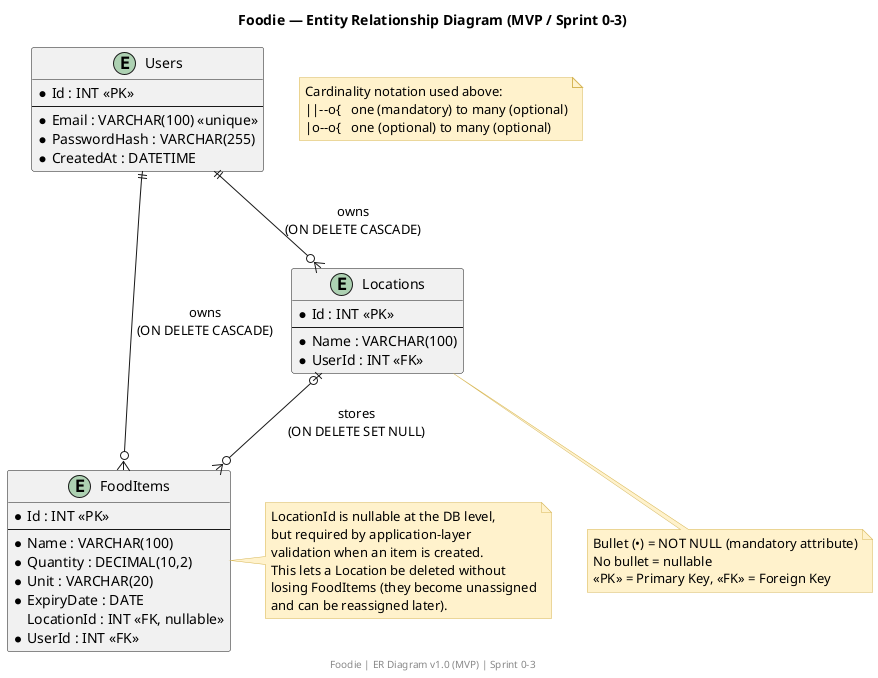
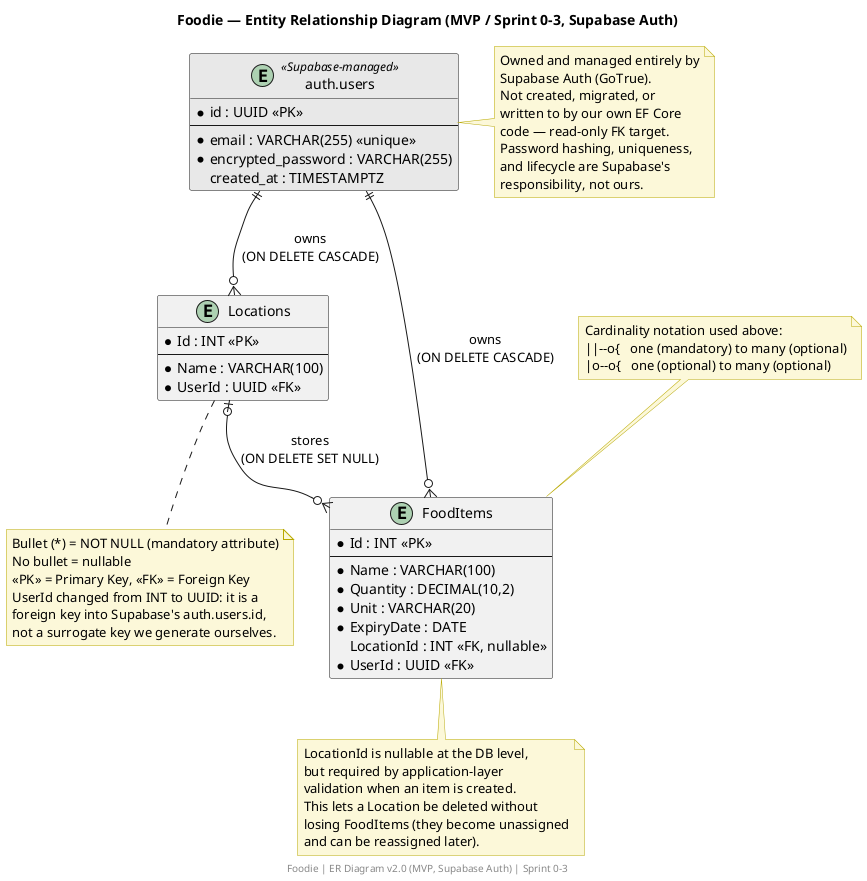
- @startuml Foodie_ER_Diagram
- title Foodie — Entity Relationship Diagram (MVP / Sprint 0-3)
- 
- skinparam backgroundColor white
+ @startuml
+ title Foodie — Entity Relationship Diagram (MVP / Sprint 0-3, Supabase Auth)

skinparam entity {
-   BackgroundColor #DAE8FC
-   BorderColor #6C8EBF
-   FontColor #1A1A1A
+   BackgroundColor white
+   BorderColor #333333
+ }
+ skinparam note {
+   BackgroundColor #FCF8D9
+   BorderColor #B8A800
}

- skinparam note {
-   BackgroundColor #FFF2CC
-   BorderColor #D6B656
- }
- 
- ' ===================== ENTITIES =====================
- 
- entity "Users" as Users {
-   * Id : INT <<PK>>
+ entity "auth.users" as AuthUsers <<Supabase-managed>> #E8E8E8 {
+   * id : UUID <<PK>>
  --
-   * Email : VARCHAR(100) <<unique>>
-   * PasswordHash : VARCHAR(255)
-   * CreatedAt : DATETIME
+   * email : VARCHAR(255) <<unique>>
+   * encrypted_password : VARCHAR(255)
+   created_at : TIMESTAMPTZ
}

entity "Locations" as Locations {
  * Id : INT <<PK>>
  --
  * Name : VARCHAR(100)
-   * UserId : INT <<FK>>
+   * UserId : UUID <<FK>>
}

entity "FoodItems" as FoodItems {
  * Id : INT <<PK>>
  --
  * Name : VARCHAR(100)
  * Quantity : DECIMAL(10,2)
  * Unit : VARCHAR(20)
  * ExpiryDate : DATE
  LocationId : INT <<FK, nullable>>
-   * UserId : INT <<FK>>
+   * UserId : UUID <<FK>>
}

- ' ===================== RELATIONSHIPS =====================
- 
- ' Users 1 -> N Locations (mandatory FK, cascade delete)
- Users ||--o{ Locations : "owns\n(ON DELETE CASCADE)"
- 
- ' Locations 1 -> N FoodItems (optional FK, set null on delete)
+ AuthUsers ||--o{ Locations : "owns\n(ON DELETE CASCADE)"
+ AuthUsers ||--o{ FoodItems : "owns\n(ON DELETE CASCADE)"
Locations |o--o{ FoodItems : "stores\n(ON DELETE SET NULL)"

- ' Users 1 -> N FoodItems (mandatory FK, cascade delete)
- Users ||--o{ FoodItems : "owns\n(ON DELETE CASCADE)"
+ note right of AuthUsers
+   Owned and managed entirely by
+   Supabase Auth (GoTrue).
+   Not created, migrated, or
+   written to by our own EF Core
+   code — read-only FK target.
+   Password hashing, uniqueness,
+   and lifecycle are Supabase's
+   responsibility, not ours.
+ end note

- ' ===================== NOTES =====================
+ note top of FoodItems
+   Cardinality notation used above:
+   ||--o{   one (mandatory) to many (optional)
+   |o--o{   one (optional) to many (optional)
+ end note

- note right of FoodItems
+ note bottom of FoodItems
  LocationId is nullable at the DB level,
  but required by application-layer
  validation when an item is created.
  This lets a Location be deleted without
  losing FoodItems (they become unassigned
  and can be reassigned later).
end note

note bottom of Locations
-   Bullet (•) = NOT NULL (mandatory attribute)
+   Bullet (*) = NOT NULL (mandatory attribute)
  No bullet = nullable
  <<PK>> = Primary Key, <<FK>> = Foreign Key
+   UserId changed from INT to UUID: it is a
+   foreign key into Supabase's auth.users.id,
+   not a surrogate key we generate ourselves.
end note

- note as N1
-   Cardinality notation used above:
-   ||--o{   one (mandatory) to many (optional)
-   |o--o{   one (optional) to many (optional)
- end note
- 
- footer Foodie | ER Diagram v1.0 (MVP) | Sprint 0-3
- @enduml
+ footer Foodie | ER Diagram v2.0 (MVP, Supabase Auth) | Sprint 0-3
+ @enduml